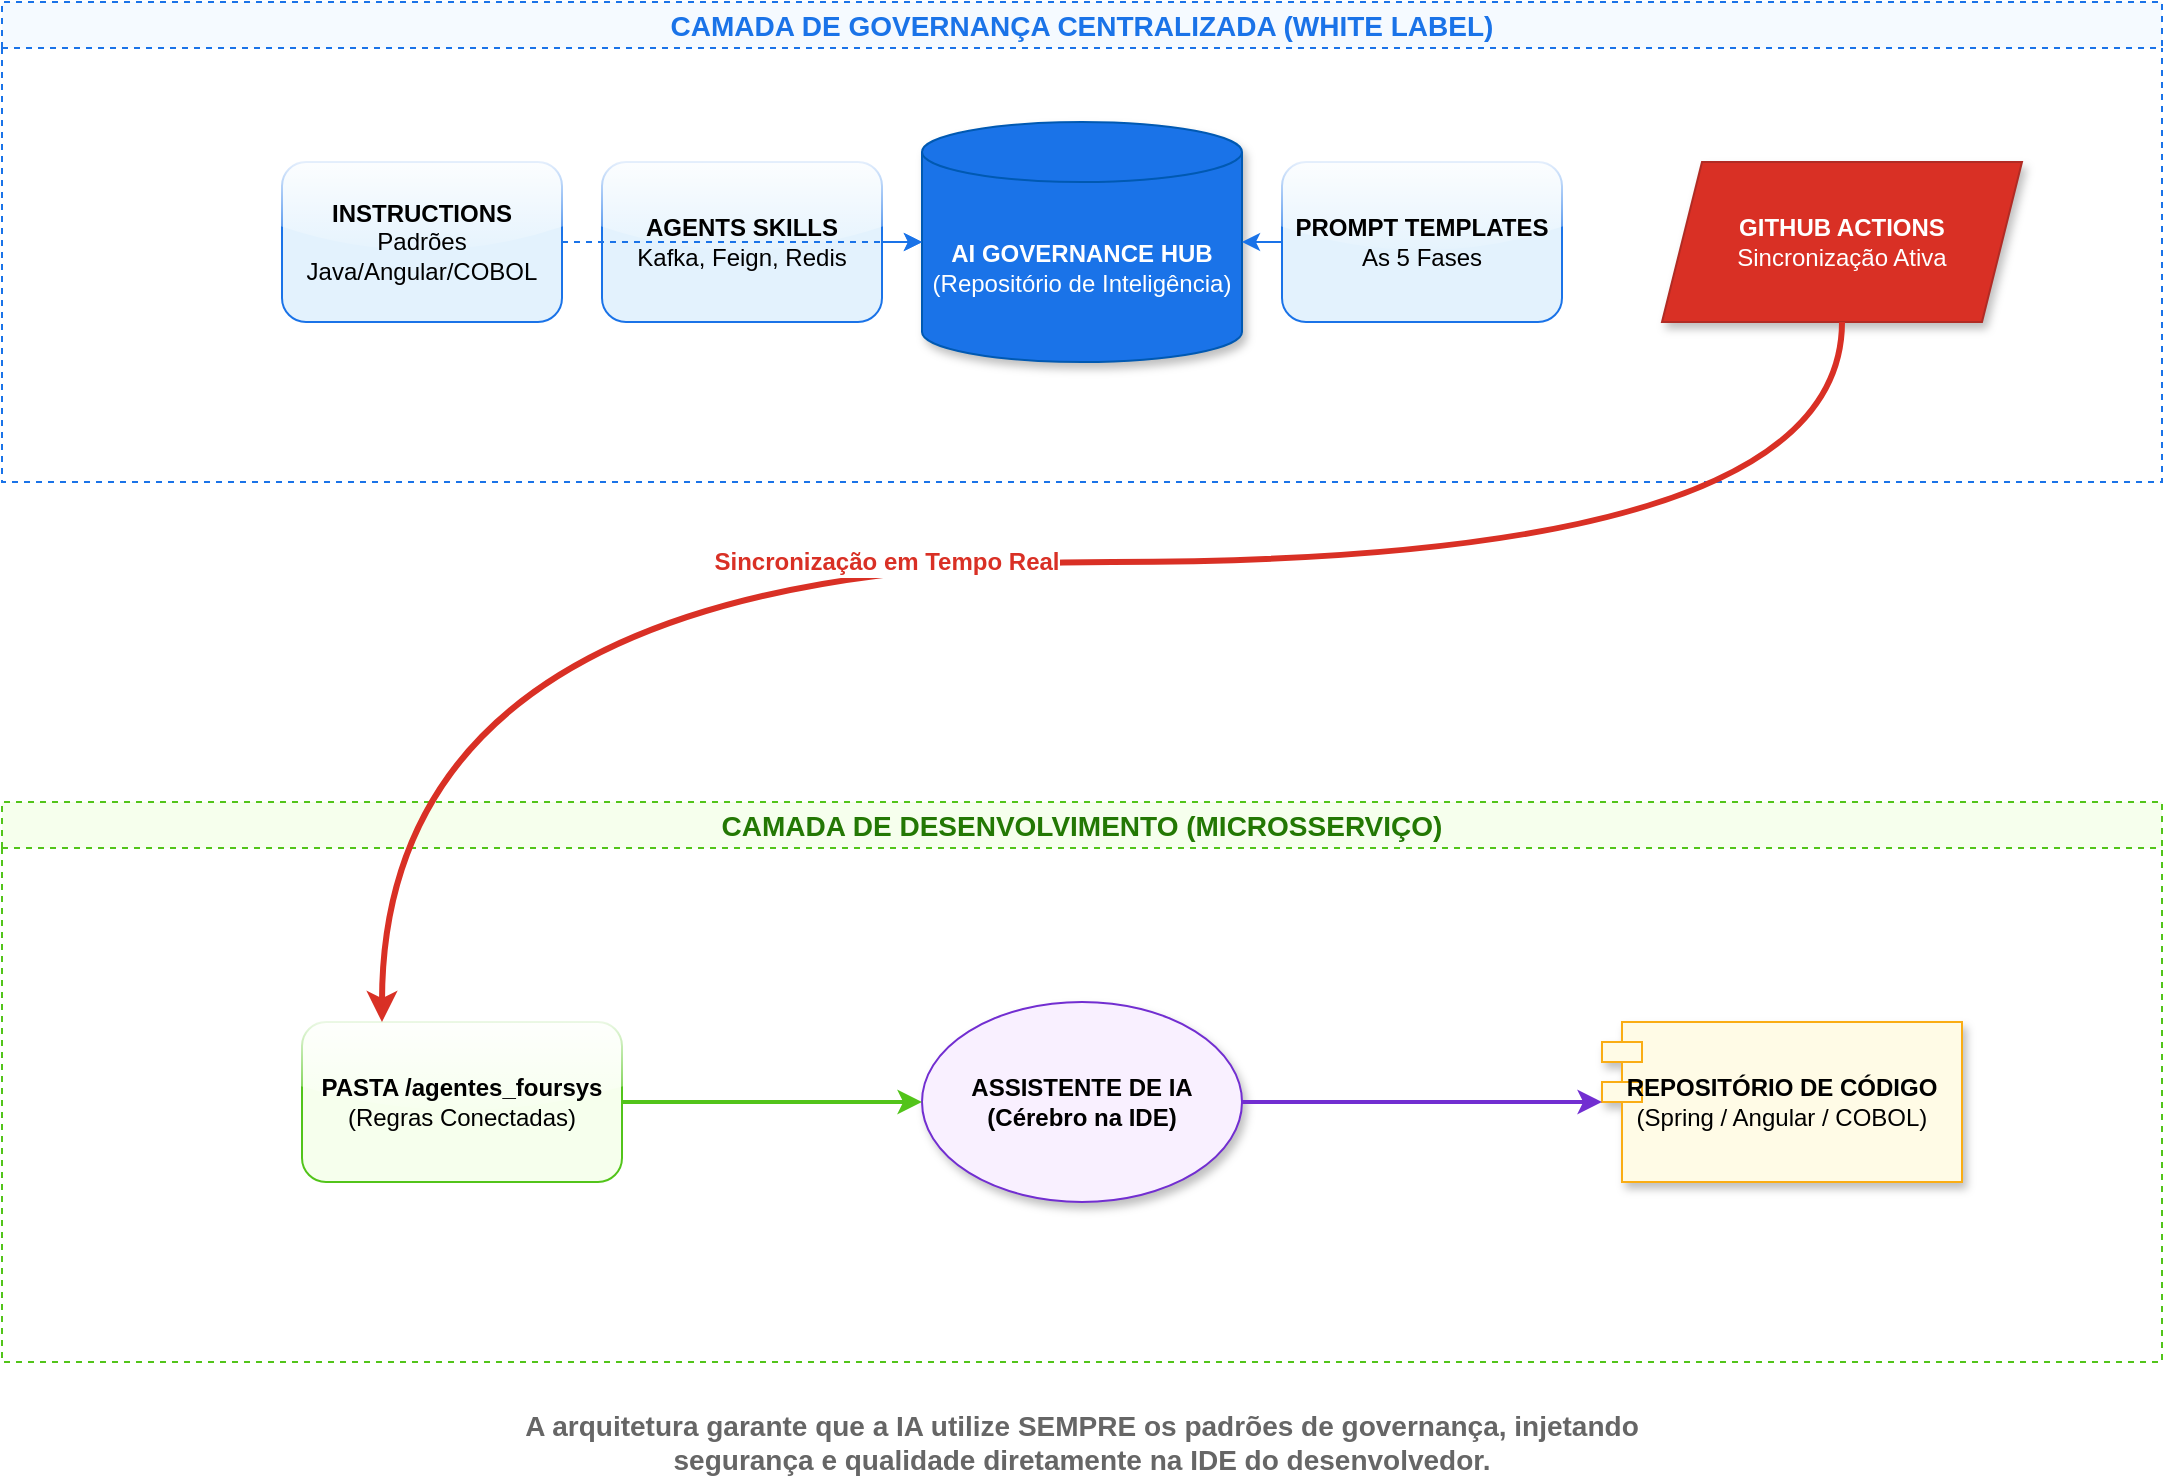
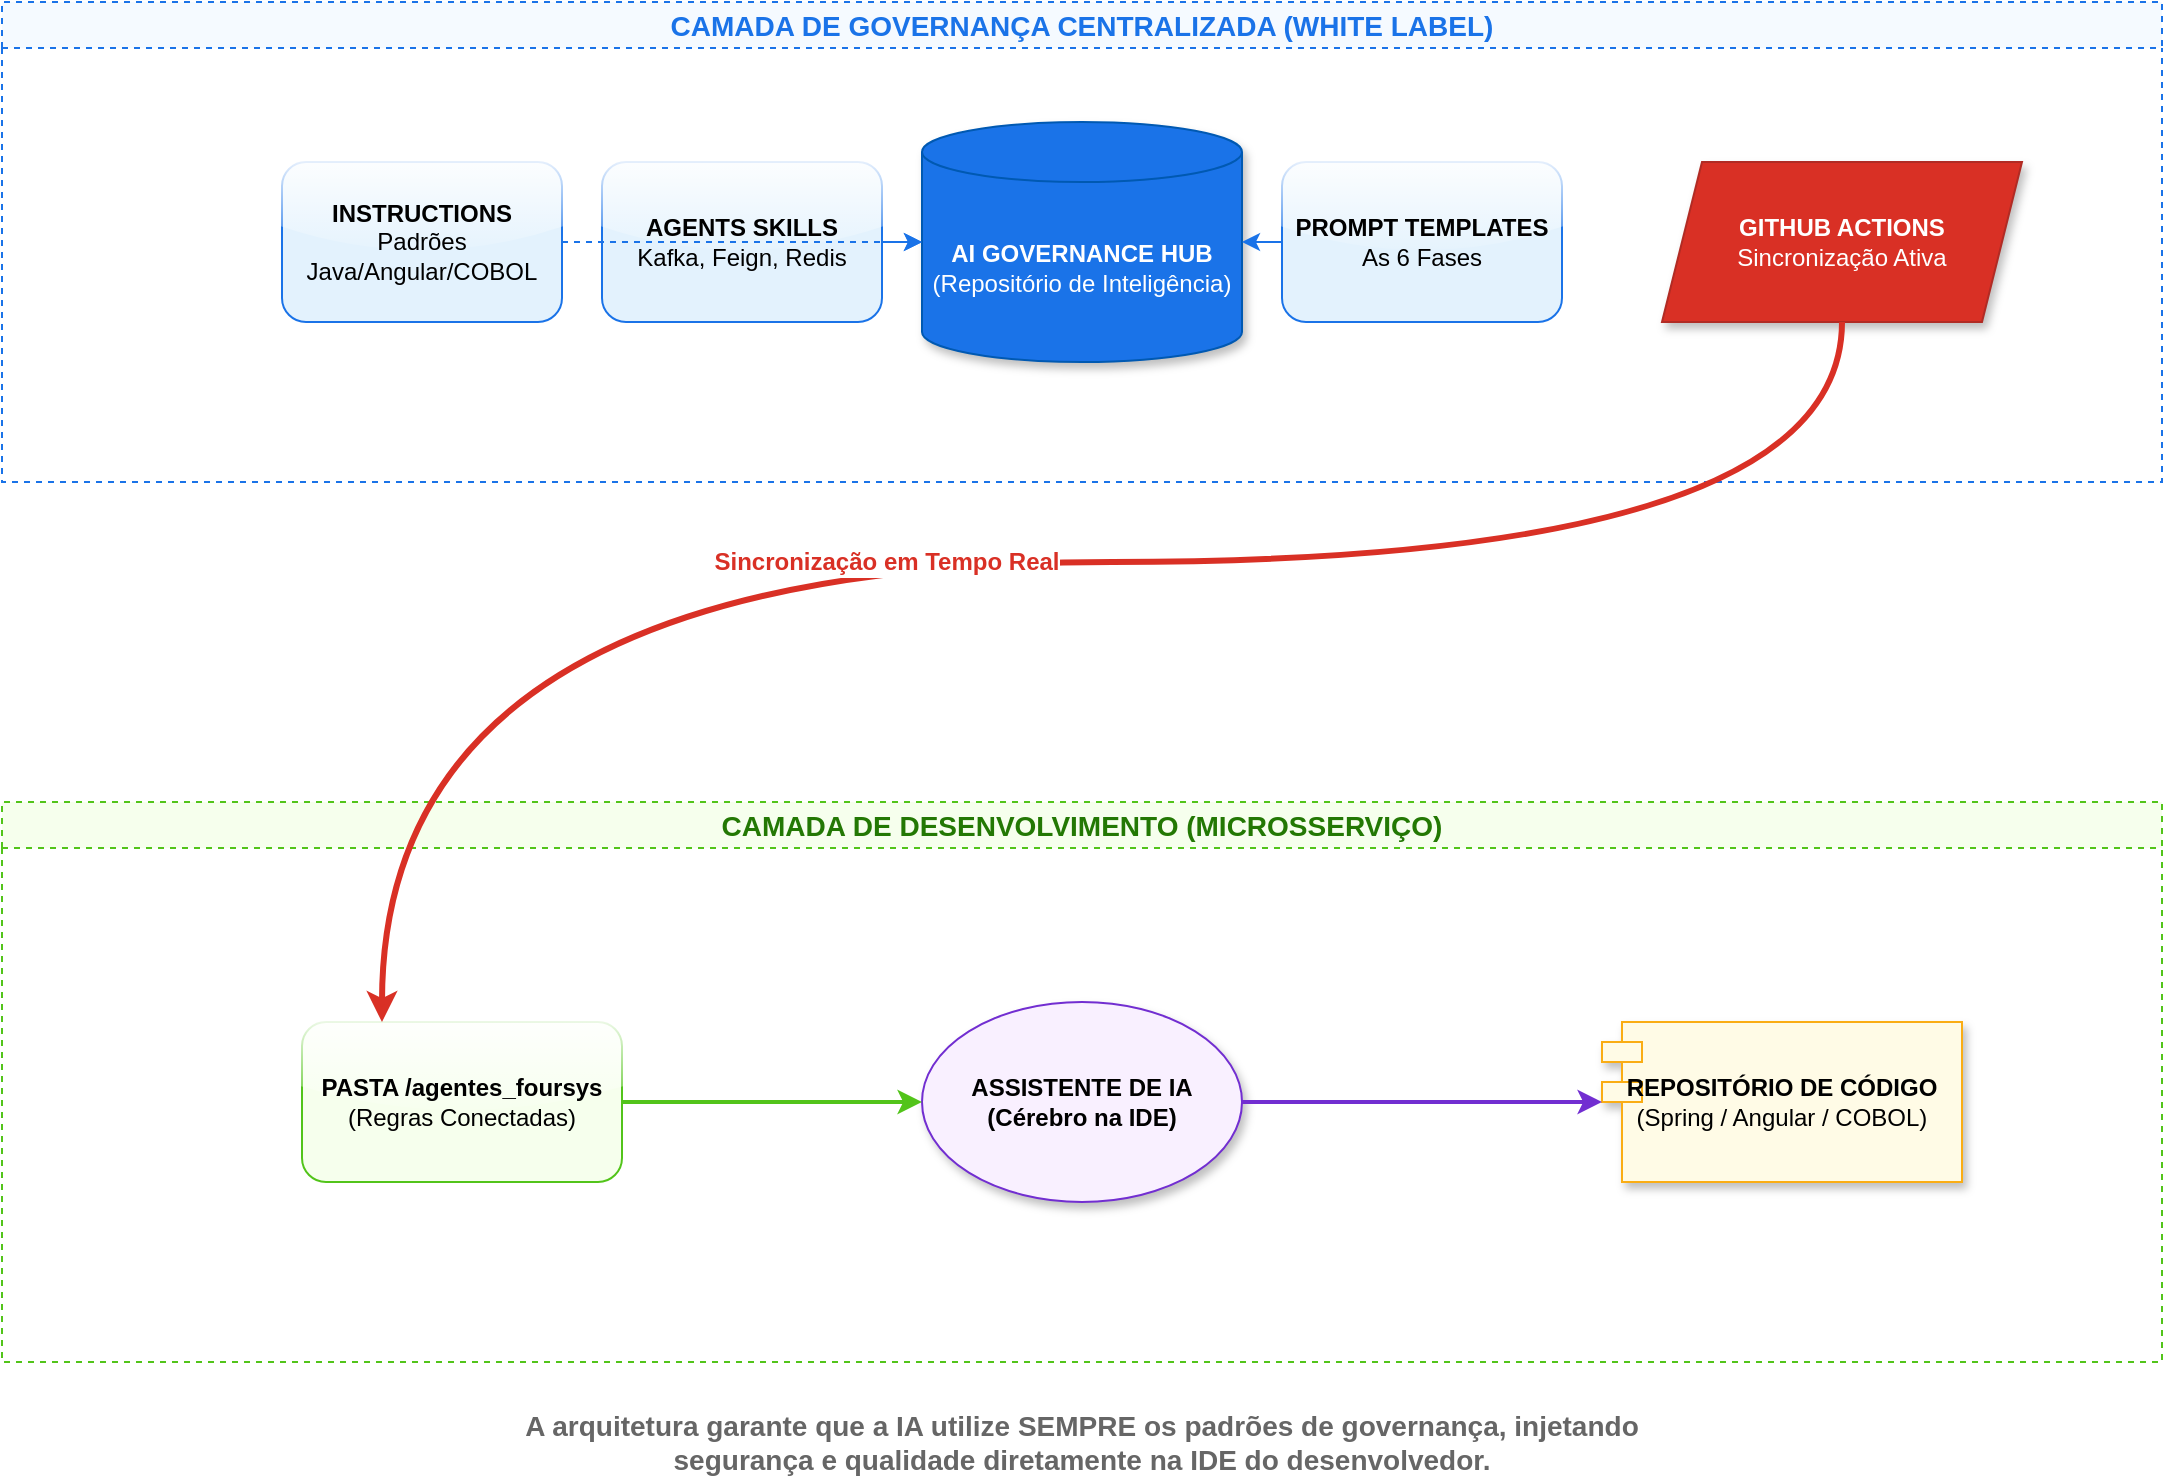
- ﻿<mxfile host="Electron" version="21.6.8" type="device">
+ <mxfile host="Electron" version="21.6.8" type="device">
  <diagram id="solucao-v2" name="Arquitetura de Alta Fidelidade">
    <mxGraphModel dx="1422" dy="794" grid="1" gridSize="10" guides="1" tooltips="1" connect="1" arrows="1" fold="1" page="1" pageScale="1" pageWidth="1169" pageHeight="827" math="0" shadow="0">
      <root>
        <mxCell id="0" />
        <mxCell id="1" parent="0" />

        <!-- Camada Central de Governança -->
        <mxCell id="group-central" value="CAMADA DE GOVERNANÇA CENTRALIZADA (WHITE LABEL)" style="swimlane;whiteSpace=wrap;html=1;fillColor=#F5FAFF;strokeColor=#1A73E8;dashed=1;fontStyle=1;fontSize=14;fontColor=#1A73E8;" vertex="1" parent="1">
          <mxGeometry x="40" y="40" width="1080" height="240" as="geometry" />
        </mxCell>

        <mxCell id="hub-repo" value="&lt;b&gt;AI GOVERNANCE HUB&lt;/b&gt;&lt;br&gt;(Repositório de Inteligência)" style="shape=cylinder3;whiteSpace=wrap;html=1;boundedLbl=1;backgroundOutline=1;size=15;fillColor=#1A73E8;strokeColor=#0059B2;fontColor=#FFFFFF;shadow=1;" vertex="1" parent="group-central">
          <mxGeometry x="460" y="60" width="160" height="120" as="geometry" />
        </mxCell>

        <mxCell id="instructions" value="&lt;b&gt;INSTRUCTIONS&lt;/b&gt;&lt;br&gt;Padrões Java/Angular/COBOL" style="rounded=1;whiteSpace=wrap;html=1;fillColor=#E3F2FD;strokeColor=#1A73E8;glass=1;" vertex="1" parent="group-central">
          <mxGeometry x="140" y="80" width="140" height="80" as="geometry" />
        </mxCell>

        <mxCell id="skills" value="&lt;b&gt;AGENTS SKILLS&lt;/b&gt;&lt;br&gt;Kafka, Feign, Redis" style="rounded=1;whiteSpace=wrap;html=1;fillColor=#E3F2FD;strokeColor=#1A73E8;glass=1;" vertex="1" parent="group-central">
          <mxGeometry x="300" y="80" width="140" height="80" as="geometry" />
        </mxCell>

-         <mxCell id="templates" value="&lt;b&gt;PROMPT TEMPLATES&lt;/b&gt;&lt;br&gt;As 5 Fases" style="rounded=1;whiteSpace=wrap;html=1;fillColor=#E3F2FD;strokeColor=#1A73E8;glass=1;" vertex="1" parent="group-central">
+         <mxCell id="templates" value="&lt;b&gt;PROMPT TEMPLATES&lt;/b&gt;&lt;br&gt;As 6 Fases" style="rounded=1;whiteSpace=wrap;html=1;fillColor=#E3F2FD;strokeColor=#1A73E8;glass=1;" vertex="1" parent="group-central">
          <mxGeometry x="640" y="80" width="140" height="80" as="geometry" />
        </mxCell>

        <mxCell id="catalog-sync" value="&lt;b&gt;GITHUB ACTIONS&lt;/b&gt;&lt;br&gt;Sincronização Ativa" style="shape=parallelogram;perimeter=parallelogramPerimeter;whiteSpace=wrap;html=1;fixedSize=1;fillColor=#D93025;strokeColor=#B12B24;fontColor=#FFFFFF;shadow=1;" vertex="1" parent="group-central">
          <mxGeometry x="830" y="80" width="180" height="80" as="geometry" />
        </mxCell>

        <!-- Conexões Internas -->
        <mxCell id="c1" edge="1" parent="group-central" source="instructions" target="hub-repo" style="edgeStyle=orthogonalEdgeStyle;rounded=1;orthogonalLoop=1;jettySize=auto;html=1;strokeColor=#1A73E8;dashed=1;">
          <mxGeometry relative="1" as="geometry" />
        </mxCell>
        <mxCell id="c2" edge="1" parent="group-central" source="skills" target="hub-repo" style="edgeStyle=orthogonalEdgeStyle;rounded=1;orthogonalLoop=1;jettySize=auto;html=1;strokeColor=#1A73E8;dashed=1;">
          <mxGeometry relative="1" as="geometry" />
        </mxCell>
        <mxCell id="c3" edge="1" parent="group-central" source="templates" target="hub-repo" style="edgeStyle=orthogonalEdgeStyle;rounded=1;orthogonalLoop=1;jettySize=auto;html=1;strokeColor=#1A73E8;dashed=1;">
          <mxGeometry relative="1" as="geometry" />
        </mxCell>

        <!-- Camada de Execução Local -->
        <mxCell id="group-local" value="CAMADA DE DESENVOLVIMENTO (MICROSSERVIÇO)" style="swimlane;whiteSpace=wrap;html=1;fillColor=#F6FFED;strokeColor=#52C41A;dashed=1;fontStyle=1;fontSize=14;fontColor=#237804;" vertex="1" parent="1">
          <mxGeometry x="40" y="440" width="1080" height="280" as="geometry" />
        </mxCell>

        <mxCell id="ai-agent" value="&lt;b&gt;ASSISTENTE DE IA&lt;/b&gt;&lt;br&gt;(Cérebro na IDE)" style="ellipse;whiteSpace=wrap;html=1;fillColor=#F9F0FF;strokeColor=#722ED1;shadow=1;fontStyle=1;" vertex="1" parent="group-local">
          <mxGeometry x="460" y="100" width="160" height="100" as="geometry" />
        </mxCell>

        <mxCell id="agentes_foursys" value="&lt;b&gt;PASTA /agentes_foursys&lt;/b&gt;&lt;br&gt;(Regras Conectadas)" style="rounded=1;whiteSpace=wrap;html=1;fillColor=#F6FFED;strokeColor=#52C41A;glass=1;" vertex="1" parent="group-local">
          <mxGeometry x="150" y="110" width="160" height="80" as="geometry" />
        </mxCell>

        <mxCell id="source-code" value="&lt;b&gt;REPOSITÓRIO DE CÓDIGO&lt;/b&gt;&lt;br&gt;(Spring / Angular / COBOL)" style="shape=module;whiteSpace=wrap;html=1;fillColor=#FFFBE6;strokeColor=#FAAD14;shadow=1;" vertex="1" parent="group-local">
          <mxGeometry x="800" y="110" width="180" height="80" as="geometry" />
        </mxCell>

        <!-- Fluxo Final -->
        <mxCell id="sync-flow" edge="1" parent="1" source="catalog-sync" target="agentes_foursys" style="edgeStyle=orthogonalEdgeStyle;rounded=1;orthogonalLoop=1;jettySize=auto;html=1;strokeWidth=3;strokeColor=#D93025;curved=1;">
          <mxGeometry relative="1" as="geometry">
            <mxPoint x="960" y="300" as="sourcePoint" />
            <mxPoint x="230" y="430" as="targetPoint" />
            <Array as="points">
              <mxPoint x="960" y="320" />
              <mxPoint x="230" y="320" />
            </Array>
          </mxGeometry>
        </mxCell>
        <mxCell id="sync-text" value="&lt;b&gt;Sincronização em Tempo Real&lt;/b&gt;" style="edgeLabel;html=1;align=center;verticalAlign=middle;resizable=0;points=[];fontSize=12;fontColor=#D93025;" vertex="1" connectable="0" parent="sync-flow">
          <mxGeometry x="0.2" relative="1" as="geometry">
            <mxPoint x="50" as="offset" />
          </mxGeometry>
        </mxCell>

        <mxCell id="f1" edge="1" parent="1" source="agentes_foursys" target="ai-agent" style="edgeStyle=orthogonalEdgeStyle;rounded=1;orthogonalLoop=1;jettySize=auto;html=1;strokeWidth=2;strokeColor=#52C41A;">
          <mxGeometry relative="1" as="geometry" />
        </mxCell>
        <mxCell id="f2" edge="1" parent="1" source="ai-agent" target="source-code" style="edgeStyle=orthogonalEdgeStyle;rounded=1;orthogonalLoop=1;jettySize=auto;html=1;strokeWidth=2;strokeColor=#722ED1;">
          <mxGeometry relative="1" as="geometry" />
        </mxCell>

        <!-- Legendas -->
        <mxCell id="info" value="A arquitetura garante que a IA utilize SEMPRE os padrões de governança, injetando segurança e qualidade diretamente na IDE do desenvolvedor." style="text;html=1;strokeColor=none;fillColor=none;align=center;verticalAlign=middle;whiteSpace=wrap;rounded=0;fontSize=14;fontStyle=1;fontColor=#666666;" vertex="1" parent="1">
          <mxGeometry x="270" y="740" width="620" height="40" as="geometry" />
        </mxCell>

      </root>
    </mxGraphModel>
  </diagram>
</mxfile>
